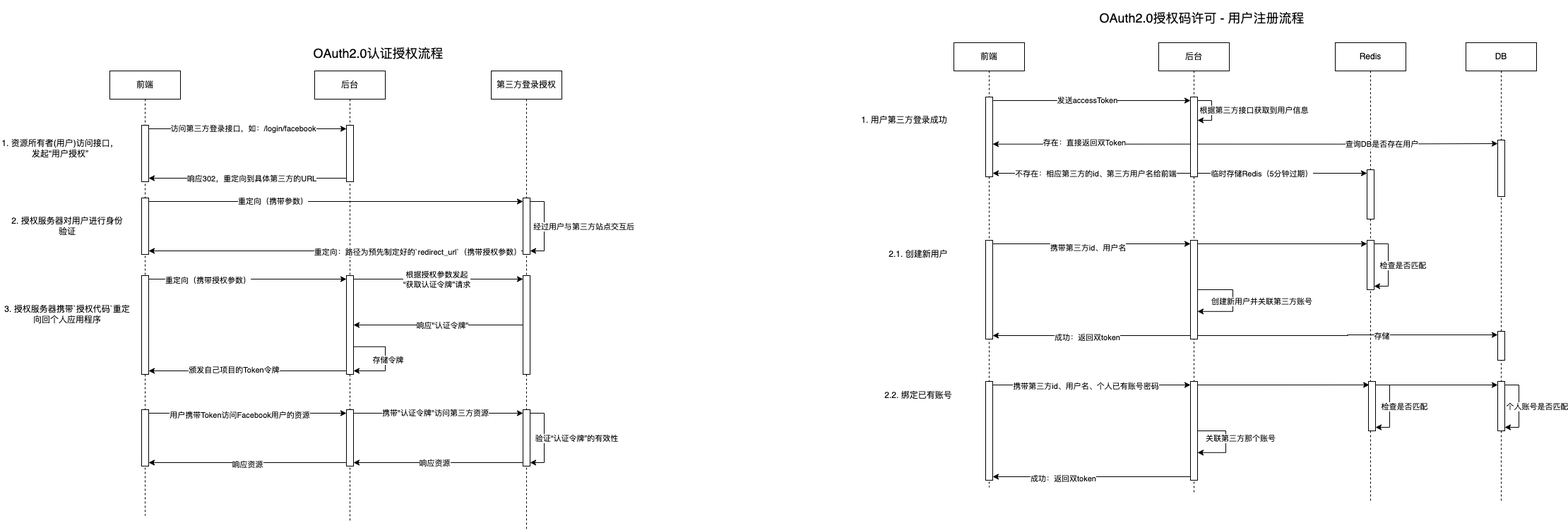
Before: IAM:OAuth许可流程.drawio.png, a diagram exported from draw.io (JYbill/draw). Source tidied: cells renumbered, new cells last; positions are measured from the earlier drawing's top-left corner, leaving out a move shared by most shapes.
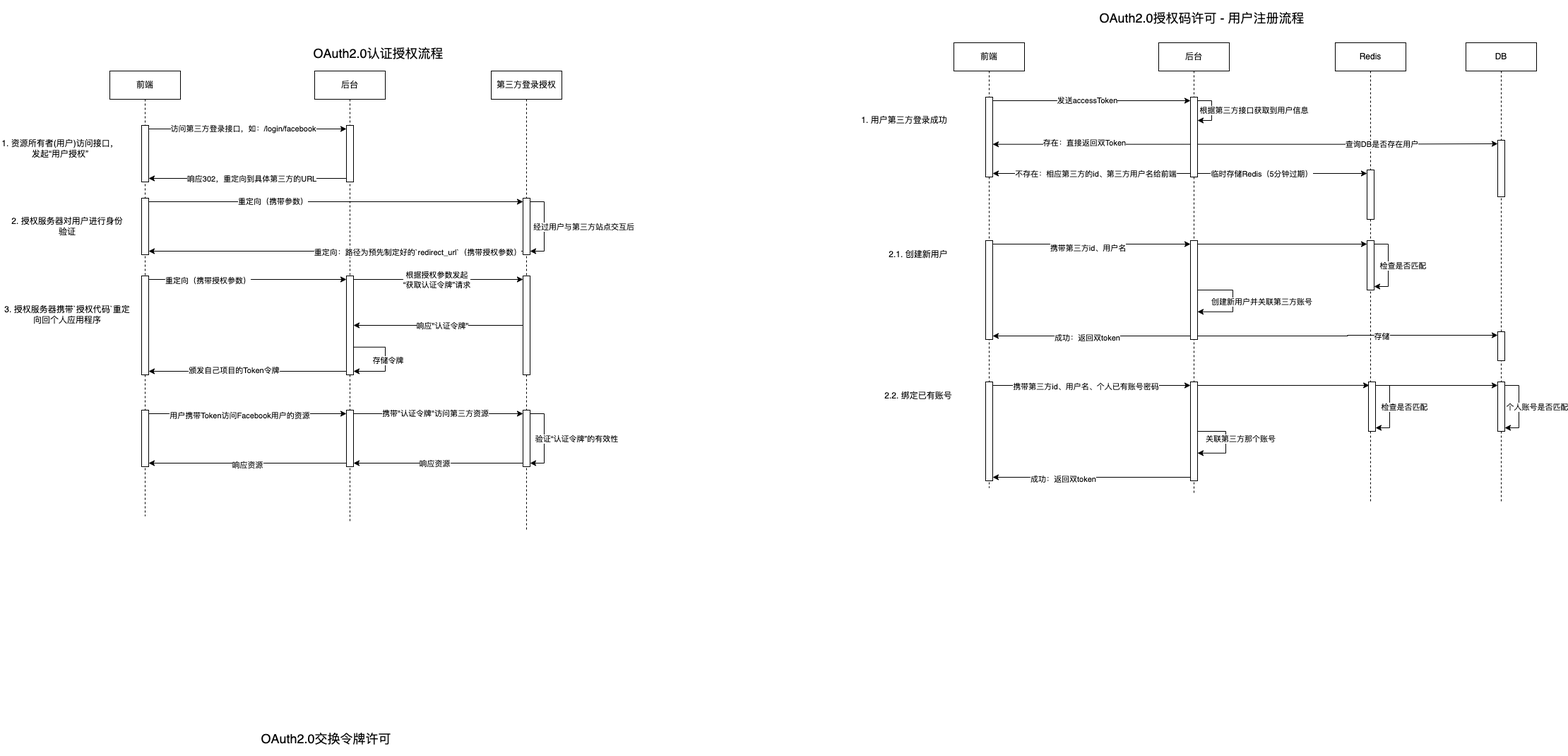
Later version of the same file.

Commit message:
更新IAM:OAuth许可流程.drawio.png

The edit, as a diff of the source:
```diff
@@ -360,5 +360,8 @@
     <mxCell id="102" value="成功：返回双token" style="edgeLabel;html=1;align=center;verticalAlign=middle;" parent="101" vertex="1">
       <mxGeometry x="0.29" y="2" relative="1" as="geometry" />
     </mxCell>
+    <mxCell id="103" value="OAuth2.0交换令牌许可" style="text;html=1;strokeColor=none;fillColor=none;align=center;verticalAlign=middle;whiteSpace=wrap;rounded=0;fontSize=18;" parent="1" vertex="1">
+      <mxGeometry x="299" y="1020" width="325" height="50" as="geometry" />
+    </mxCell>
   </root>
 </mxGraphModel>
```
